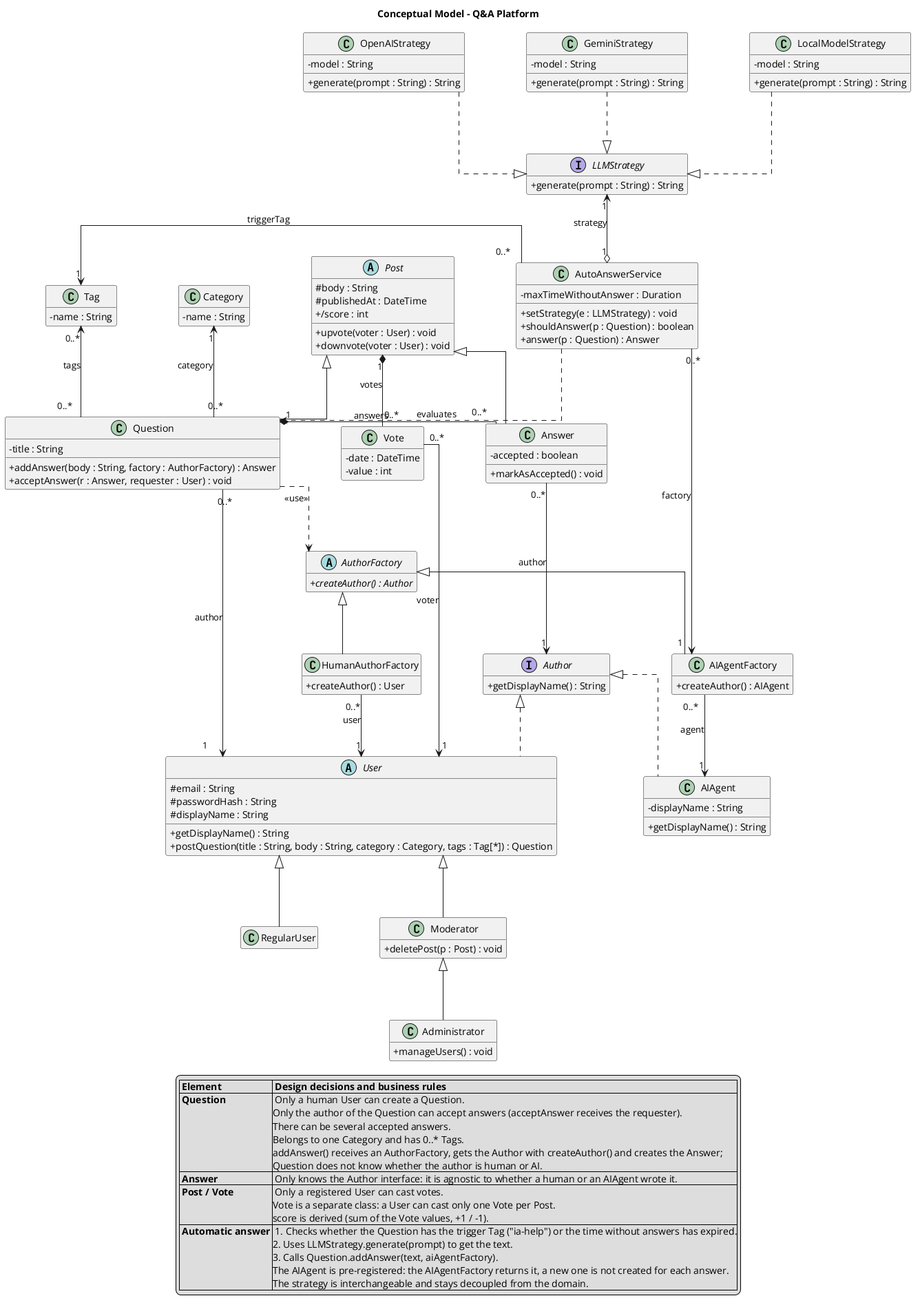
lau-luna/proyecto-isi keeps this PlantUML diagram as docs/deliverables/class-diagram.png. Above is the earlier version.
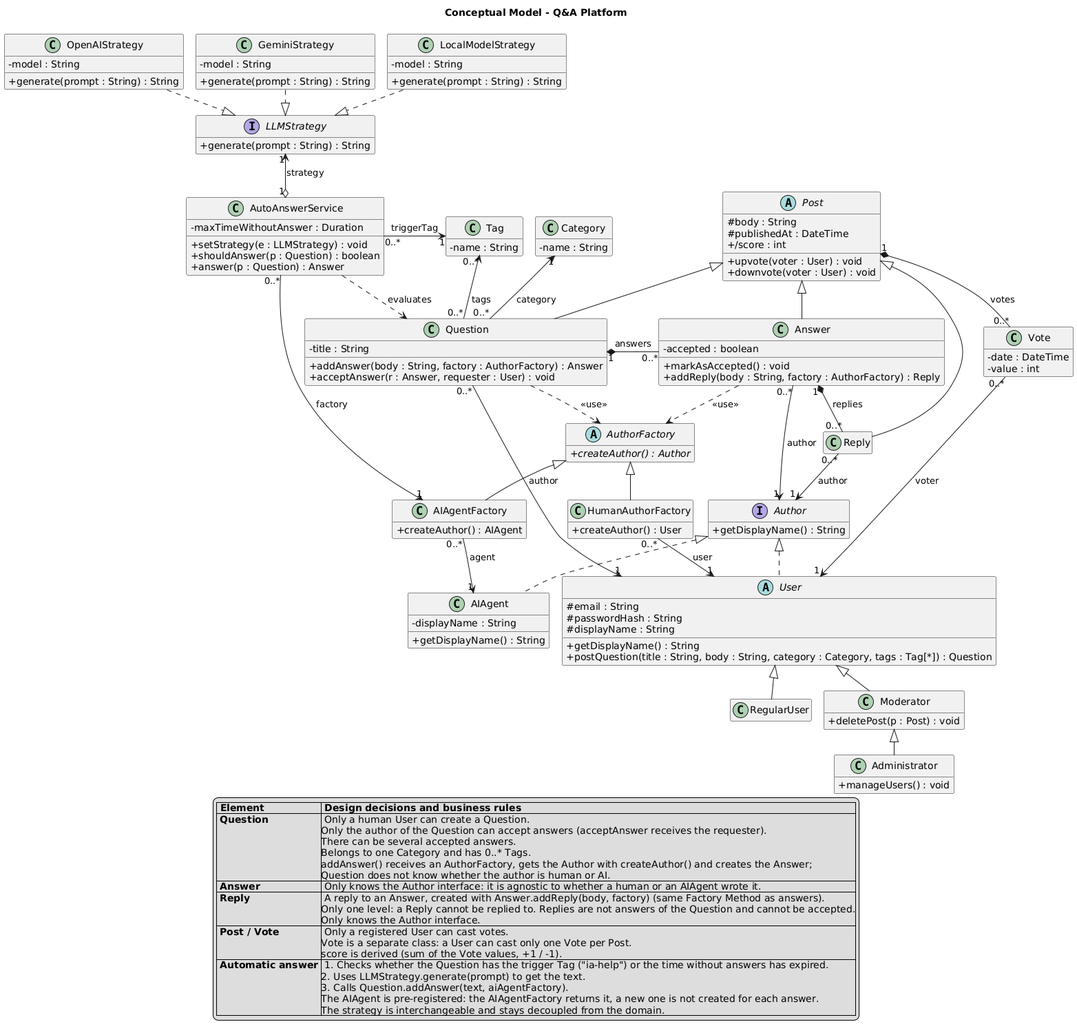
The same file after the commit.

Commit message:
docs: add Reply to the class diagram. Refs #8

The edit, as a diff of the source:
```diff
@@ -1,4 +1,5 @@
-@startuml qa_diagram
+@startuml class-diagram
+!pragma layout smetana
 title Conceptual Model - Q&A Platform
 
 skinparam classAttributeIconSize 0
@@ -76,7 +77,10 @@
 class Answer {
   - accepted : boolean
   + markAsAccepted() : void
+  + addReply(body : String, factory : AuthorFactory) : Reply
 }
+
+class Reply
 
 class Vote {
   - date : DateTime
@@ -93,9 +97,12 @@
 
 Post <|-- Question
 Post <|-- Answer
+Post <|-- Reply
 
 Question "1" *-right- "0..*" Answer : answers
 Answer "0..*" -down-> "1" Author : author
+Answer "1" *-down- "0..*" Reply : replies
+Reply "0..*" -down-> "1" Author : author
 Question "0..*" -up-> "1" Category : category
 Question "0..*" -up-> "0..*" Tag : tags
 Question "0..*" -down-> "1" User : author
@@ -104,6 +111,7 @@
 Vote "0..*" -down-> "1" User : voter
 
 Question ..> AuthorFactory : <<use>>
+Answer ..> AuthorFactory : <<use>>
 
 interface LLMStrategy {
   + generate(prompt : String) : String
@@ -154,6 +162,7 @@
   |= Element |= Design decisions and business rules |
   | **Question** | Only a human User can create a Question.\nOnly the author of the Question can accept answers (acceptAnswer receives the requester).\nThere can be several accepted answers.\nBelongs to one Category and has 0..* Tags.\naddAnswer() receives an AuthorFactory, gets the Author with createAuthor() and creates the Answer;\nQuestion does not know whether the author is human or AI. |
   | **Answer** | Only knows the Author interface: it is agnostic to whether a human or an AIAgent wrote it. |
+  | **Reply** | A reply to an Answer, created with Answer.addReply(body, factory) (same Factory Method as answers).\nOnly one level: a Reply cannot be replied to. Replies are not answers of the Question and cannot be accepted.\nOnly knows the Author interface. |
   | **Post / Vote** | Only a registered User can cast votes.\nVote is a separate class: a User can cast only one Vote per Post.\nscore is derived (sum of the Vote values, +1 / -1). |
   | **Automatic answer** | 1. Checks whether the Question has the trigger Tag ("ia-help") or the time without answers has expired.\n2. Uses LLMStrategy.generate(prompt) to get the text.\n3. Calls Question.addAnswer(text, aiAgentFactory).\nThe AIAgent is pre-registered: the AIAgentFactory returns it, a new one is not created for each answer.\nThe strategy is interchangeable and stays decoupled from the domain. |
 endlegend
```
